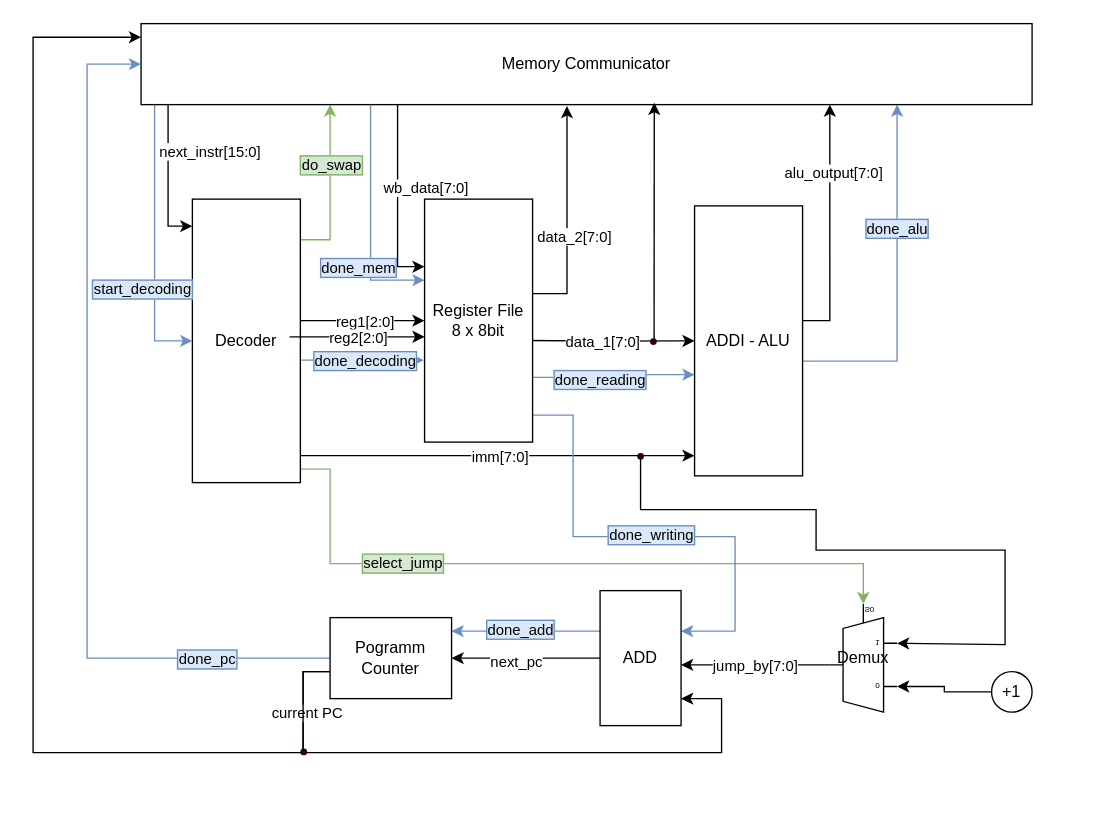
Earlier version of the draw.io diagram cpu_arch.drawio (JakobRinke/heichips26-minimal-processor). Source tidied: cells renumbered, new cells numbered last; positions are measured from the earlier drawing's top-left corner, leaving out a move shared by most shapes. Both pictures are drawn from the tidied source at 135%, with x=0, y=0 at pixel (32, 23).
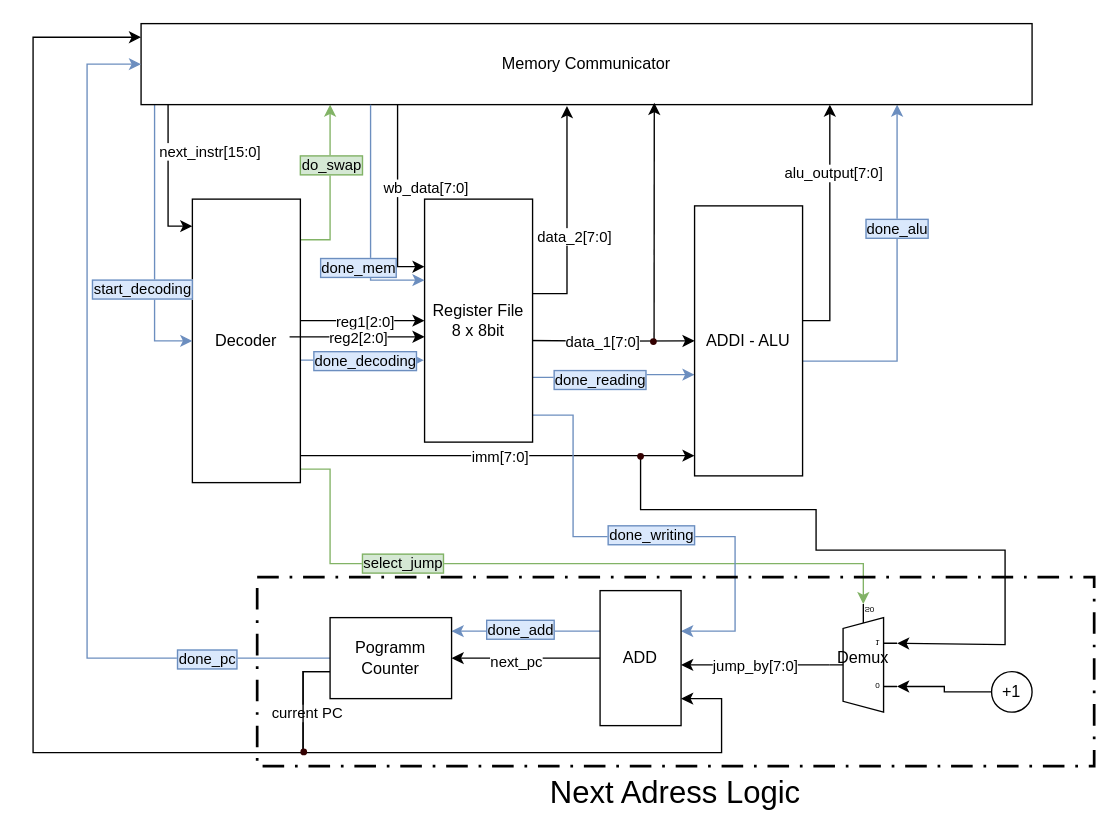
The same page after the edit.

Commit message:
Summarised PC+Add+Demux as Next Adress Logic

The edit, as a diff of the source:
```diff
@@
+    <mxCell id="59" value="&lt;div&gt;Next Adress Logic&lt;/div&gt;" style="rounded=0;whiteSpace=wrap;html=1;fillColor=none;strokeWidth=2;labelPosition=center;verticalLabelPosition=bottom;align=center;verticalAlign=top;strokeColor=light-dark(#000000,#CC0000);dashed=1;dashPattern=8 4 1 4;fontColor=light-dark(#000000,#CC0000);fontSize=23;" parent="1" vertex="1">
+      <mxGeometry x="166" y="410" width="620" height="140" as="geometry" />
+    </mxCell>
```
